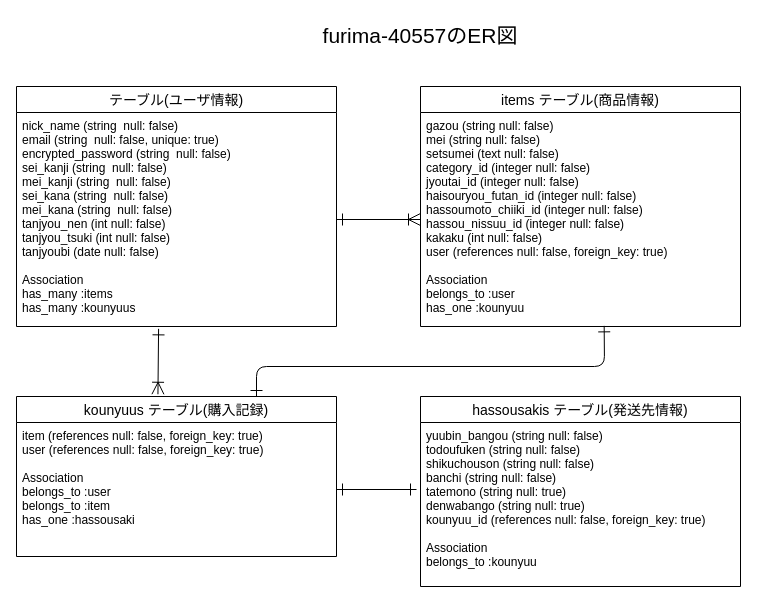
ShinjiShiozaki/furima-40557 keeps this draw.io diagram as furima_er.dio. Above is the earlier version. Source tidied: cells renumbered, new cells numbered last; positions are measured from the earlier drawing's top-left corner, leaving out a move shared by most shapes. Both pictures are drawn from the tidied source at 100%, with x=0, y=0 at pixel (16, 16).
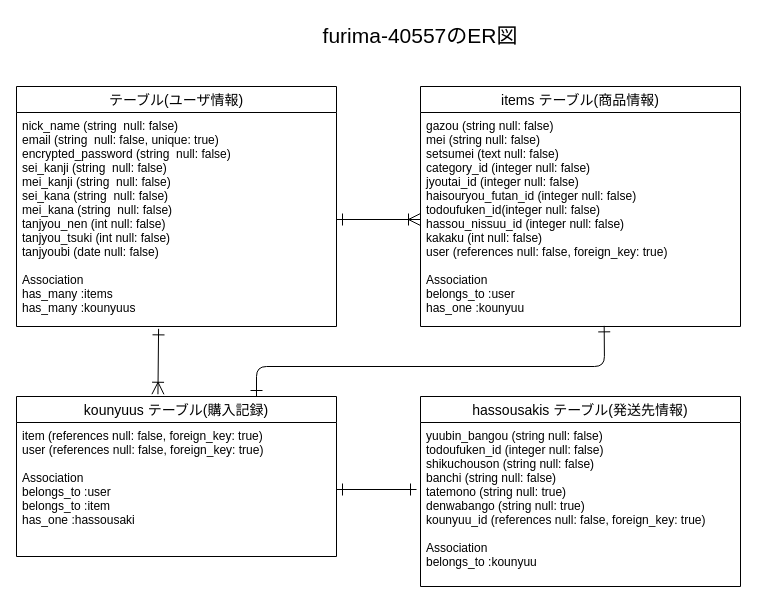
The same page after the edit.

Commit message (it also covers changes not shown here):
③データベース設計5

Diff of the diagram source:
```diff
@@
 <mxGraphModel>
   <root>
     <mxCell id="0" />
     <mxCell id="1" parent="0" />
     <mxCell id="2" value="テーブル(ユーザ情報)" style="swimlane;fontStyle=0;horizontal=1;startSize=26;align=center;fontSize=14;" parent="1" vertex="1">
       <mxGeometry y="70" width="320" height="240" as="geometry" />
     </mxCell>
     <mxCell id="3" value="nick_name (string  null: false)&#10;email (string  null: false, unique: true)&#10;encrypted_password (string  null: false) &#10;sei_kanji (string  null: false) &#10;mei_kanji (string  null: false) &#10;sei_kana (string  null: false) &#10;mei_kana (string  null: false) &#10;tanjyou_nen (int null: false) &#10;tanjyou_tsuki (int null: false) &#10;tanjyoubi (date null: false) &#10;&#10;Association&#10;has_many :items&#10;has_many :kounyuus&#10;&#10;" style="text;strokeColor=none;fillColor=none;spacingLeft=4;spacingRight=4;overflow=hidden;points=[[0,0.5],[1,0.5]];portConstraint=eastwest;fontSize=12;" parent="2" vertex="1">
       <mxGeometry y="26" width="320" height="214" as="geometry" />
     </mxCell>
     <mxCell id="4" value="furima-40557のER図" style="text;strokeColor=none;fillColor=none;spacingLeft=4;spacingRight=4;overflow=hidden;fontSize=21;flipH=0;flipV=1;align=center;verticalAlign=middle;" parent="1" vertex="1">
       <mxGeometry x="279" width="250" height="35" as="geometry" />
     </mxCell>
     <mxCell id="5" value="items テーブル(商品情報)" style="swimlane;fontStyle=0;horizontal=1;startSize=26;align=center;fontSize=14;" parent="1" vertex="1">
       <mxGeometry x="404" y="70" width="320" height="240" as="geometry" />
     </mxCell>
-    <mxCell id="6" value="gazou (string null: false)&#10;mei (string null: false)&#10;setsumei (text null: false)&#10;category_id (integer null: false)&#10;jyoutai_id (integer null: false)&#10;haisouryou_futan_id (integer null: false)&#10;hassoumoto_chiiki_id (integer null: false)&#10;hassou_nissuu_id (integer null: false)&#10;kakaku (int null: false)&#10;user (references null: false, foreign_key: true)&#10;&#10;Association&#10;belongs_to :user&#10;has_one :kounyuu&#10;" style="text;strokeColor=none;fillColor=none;spacingLeft=4;spacingRight=4;overflow=hidden;points=[[0,0.5],[1,0.5]];portConstraint=eastwest;fontSize=12;" parent="5" vertex="1">
+    <mxCell id="6" value="gazou (string null: false)&#10;mei (string null: false)&#10;setsumei (text null: false)&#10;category_id (integer null: false)&#10;jyoutai_id (integer null: false)&#10;haisouryou_futan_id (integer null: false)&#10;todoufuken_id(integer null: false)&#10;hassou_nissuu_id (integer null: false)&#10;kakaku (int null: false)&#10;user (references null: false, foreign_key: true)&#10;&#10;Association&#10;belongs_to :user&#10;has_one :kounyuu&#10;" style="text;strokeColor=none;fillColor=none;spacingLeft=4;spacingRight=4;overflow=hidden;points=[[0,0.5],[1,0.5]];portConstraint=eastwest;fontSize=12;" parent="5" vertex="1">
       <mxGeometry y="26" width="320" height="214" as="geometry" />
     </mxCell>
     <mxCell id="7" style="edgeStyle=none;html=1;endArrow=ERoneToMany;endFill=0;endSize=10;jumpSize=14;startArrow=ERone;startFill=0;targetPerimeterSpacing=0;sourcePerimeterSpacing=0;startSize=10;" parent="1" edge="1" source="3" target="6">
       <mxGeometry relative="1" as="geometry" />
     </mxCell>
     <mxCell id="8" value="kounyuus テーブル(購入記録)" style="swimlane;fontStyle=0;horizontal=1;startSize=26;align=center;fontSize=14;" parent="1" vertex="1">
       <mxGeometry y="380" width="320" height="160" as="geometry" />
     </mxCell>
     <mxCell id="9" value="item (references null: false, foreign_key: true)&#10;user (references null: false, foreign_key: true)&#10;&#10;Association&#10;belongs_to :user&#10;belongs_to :item&#10;has_one :hassousaki" style="text;strokeColor=none;fillColor=none;spacingLeft=4;spacingRight=4;overflow=hidden;points=[[0,0.5],[1,0.5]];portConstraint=eastwest;fontSize=12;" parent="8" vertex="1">
       <mxGeometry y="26" width="320" height="134" as="geometry" />
     </mxCell>
     <mxCell id="10" value="hassousakis テーブル(発送先情報)" style="swimlane;fontStyle=0;horizontal=1;startSize=26;align=center;fontSize=14;" parent="1" vertex="1">
       <mxGeometry x="404" y="380" width="320" height="190" as="geometry" />
     </mxCell>
-    <mxCell id="11" value="yuubin_bangou (string null: false)&#10;todoufuken (string null: false)&#10;shikuchouson (string null: false)&#10;banchi (string null: false)&#10;tatemono (string null: true)&#10;denwabango (string null: true)&#10;kounyuu_id (references null: false, foreign_key: true)&#10;&#10;Association&#10;belongs_to :kounyuu" style="text;strokeColor=none;fillColor=none;spacingLeft=4;spacingRight=4;overflow=hidden;fontSize=12;" parent="10" vertex="1">
+    <mxCell id="11" value="yuubin_bangou (string null: false)&#10;todoufuken_id (integer null: false)&#10;shikuchouson (string null: false)&#10;banchi (string null: false)&#10;tatemono (string null: true)&#10;denwabango (string null: true)&#10;kounyuu_id (references null: false, foreign_key: true)&#10;&#10;Association&#10;belongs_to :kounyuu" style="text;strokeColor=none;fillColor=none;spacingLeft=4;spacingRight=4;overflow=hidden;fontSize=12;" parent="10" vertex="1">
       <mxGeometry y="26" width="320" height="164" as="geometry" />
     </mxCell>
     <mxCell id="12" style="edgeStyle=none;html=1;endArrow=ERoneToMany;endFill=0;endSize=10;jumpSize=14;startArrow=ERone;startFill=0;targetPerimeterSpacing=0;sourcePerimeterSpacing=0;startSize=10;exitX=0.444;exitY=1.011;exitDx=0;exitDy=0;exitPerimeter=0;entryX=0.442;entryY=-0.014;entryDx=0;entryDy=0;entryPerimeter=0;" parent="1" edge="1" source="3" target="8">
       <mxGeometry relative="1" as="geometry" />
     </mxCell>
     <mxCell id="13" style="edgeStyle=none;html=1;endArrow=ERone;endFill=0;endSize=10;jumpSize=14;startArrow=ERone;startFill=0;targetPerimeterSpacing=0;sourcePerimeterSpacing=0;startSize=10;entryX=0.574;entryY=0.997;entryDx=0;entryDy=0;entryPerimeter=0;exitX=0.75;exitY=0;exitDx=0;exitDy=0;" parent="1" edge="1" source="8" target="6">
       <mxGeometry relative="1" as="geometry">
         <Array as="points">
           <mxPoint x="240" y="350" />
           <mxPoint x="588" y="350" />
         </Array>
       </mxGeometry>
     </mxCell>
     <mxCell id="14" style="edgeStyle=none;html=1;endArrow=ERone;endFill=0;endSize=10;jumpSize=14;startArrow=ERone;startFill=0;targetPerimeterSpacing=0;sourcePerimeterSpacing=0;startSize=10;exitX=1;exitY=0.5;exitDx=0;exitDy=0;" parent="1" edge="1" source="9">
       <mxGeometry relative="1" as="geometry">
         <mxPoint x="400" y="473" as="targetPoint" />
       </mxGeometry>
     </mxCell>
   </root>
 </mxGraphModel>
```
